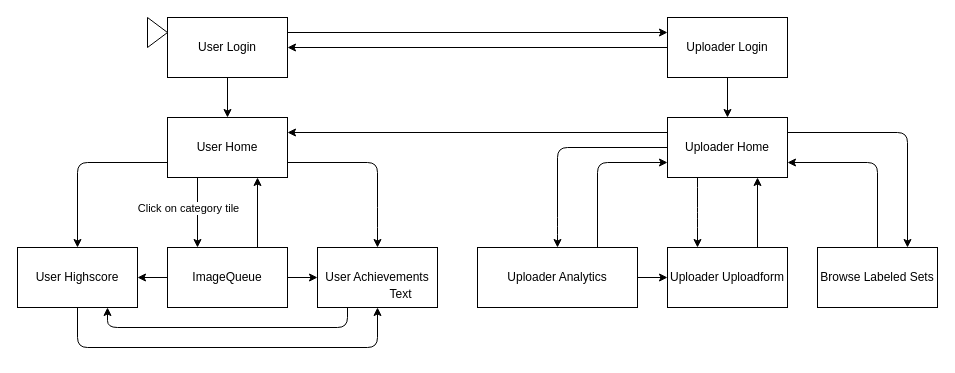
The draw.io diagram flowchart.drawio in loychris/image-labeler-app, before the edit. Source tidied: cells renumbered, new cells numbered last; positions are measured from the earlier drawing's top-left corner, leaving out a move shared by most shapes. Both pictures are drawn from the tidied source at 100%, with x=0, y=0 at pixel (17, 17).
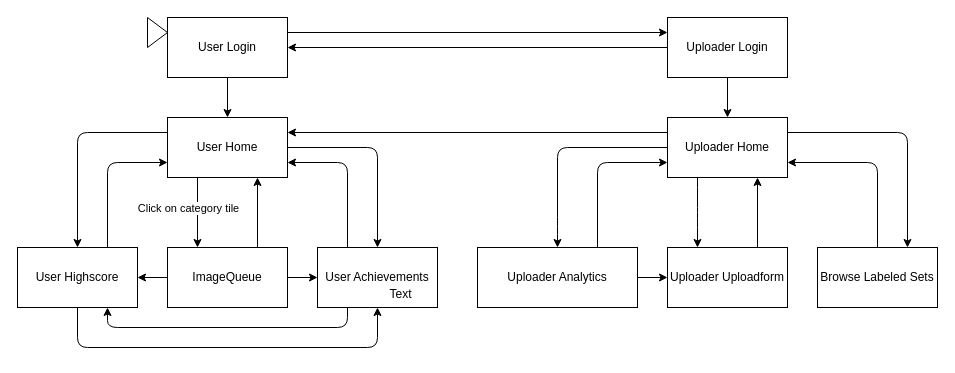
The same page after the edit.

Unchanged cells that the change refers to:
```xml
<mxCell id="2" value="User Home" style="rounded=0;whiteSpace=wrap;html=1;" parent="1" vertex="1">
  <mxGeometry x="150" y="100" width="120" height="60" as="geometry" />
</mxCell>
<mxCell id="8" value="User Achievements" style="rounded=0;whiteSpace=wrap;html=1;" parent="1" vertex="1">
  <mxGeometry x="300" y="230" width="120" height="60" as="geometry" />
</mxCell>
<mxCell id="10" value="User Highscore" style="rounded=0;whiteSpace=wrap;html=1;" parent="1" vertex="1">
  <mxGeometry y="230" width="120" height="60" as="geometry" />
</mxCell>
```

What changed in the source:
```diff
@@
-    <mxCell id="14" style="endArrow=classic;html=1;entryX=0.5;entryY=0;entryDx=0;entryDy=0;exitX=0;exitY=0.75;exitDx=0;exitDy=0;" parent="1" edge="1" source="2" target="10">
+    <mxCell id="14" style="endArrow=classic;html=1;entryX=0.5;entryY=0;entryDx=0;entryDy=0;exitX=0;exitY=0.25;exitDx=0;exitDy=0;" parent="1" edge="1" source="2" target="10">
       <mxGeometry relative="1" as="geometry">
         <Array as="points">
-          <mxPoint x="60" y="145" />
+          <mxPoint x="60" y="115" />
         </Array>
       </mxGeometry>
     </mxCell>
-    <mxCell id="15" style="endArrow=classic;html=1;exitX=1;exitY=0.75;exitDx=0;exitDy=0;entryX=0.5;entryY=0;entryDx=0;entryDy=0;" parent="1" edge="1" source="2" target="8">
+    <mxCell id="15" style="endArrow=classic;html=1;exitX=1;exitY=0.5;exitDx=0;exitDy=0;entryX=0.5;entryY=0;entryDx=0;entryDy=0;" parent="1" edge="1" source="2" target="8">
       <mxGeometry relative="1" as="geometry">
         <Array as="points">
-          <mxPoint x="360" y="145" />
-          <mxPoint x="360" y="200" />
+          <mxPoint x="360" y="130" />
         </Array>
       </mxGeometry>
     </mxCell>
@@
+    <mxCell id="35" style="endArrow=classic;html=1;exitX=0.25;exitY=0;exitDx=0;exitDy=0;entryX=1;entryY=0.75;entryDx=0;entryDy=0;" parent="1" edge="1" source="8" target="2">
+      <mxGeometry relative="1" as="geometry">
+        <Array as="points">
+          <mxPoint x="330" y="145" />
+        </Array>
+      </mxGeometry>
+    </mxCell>
+    <mxCell id="36" style="endArrow=classic;html=1;exitX=0.75;exitY=0;exitDx=0;exitDy=0;entryX=0;entryY=0.75;entryDx=0;entryDy=0;" parent="1" edge="1" source="10" target="2">
+      <mxGeometry relative="1" as="geometry">
+        <Array as="points">
+          <mxPoint x="90" y="145" />
+        </Array>
+      </mxGeometry>
+    </mxCell>
```
